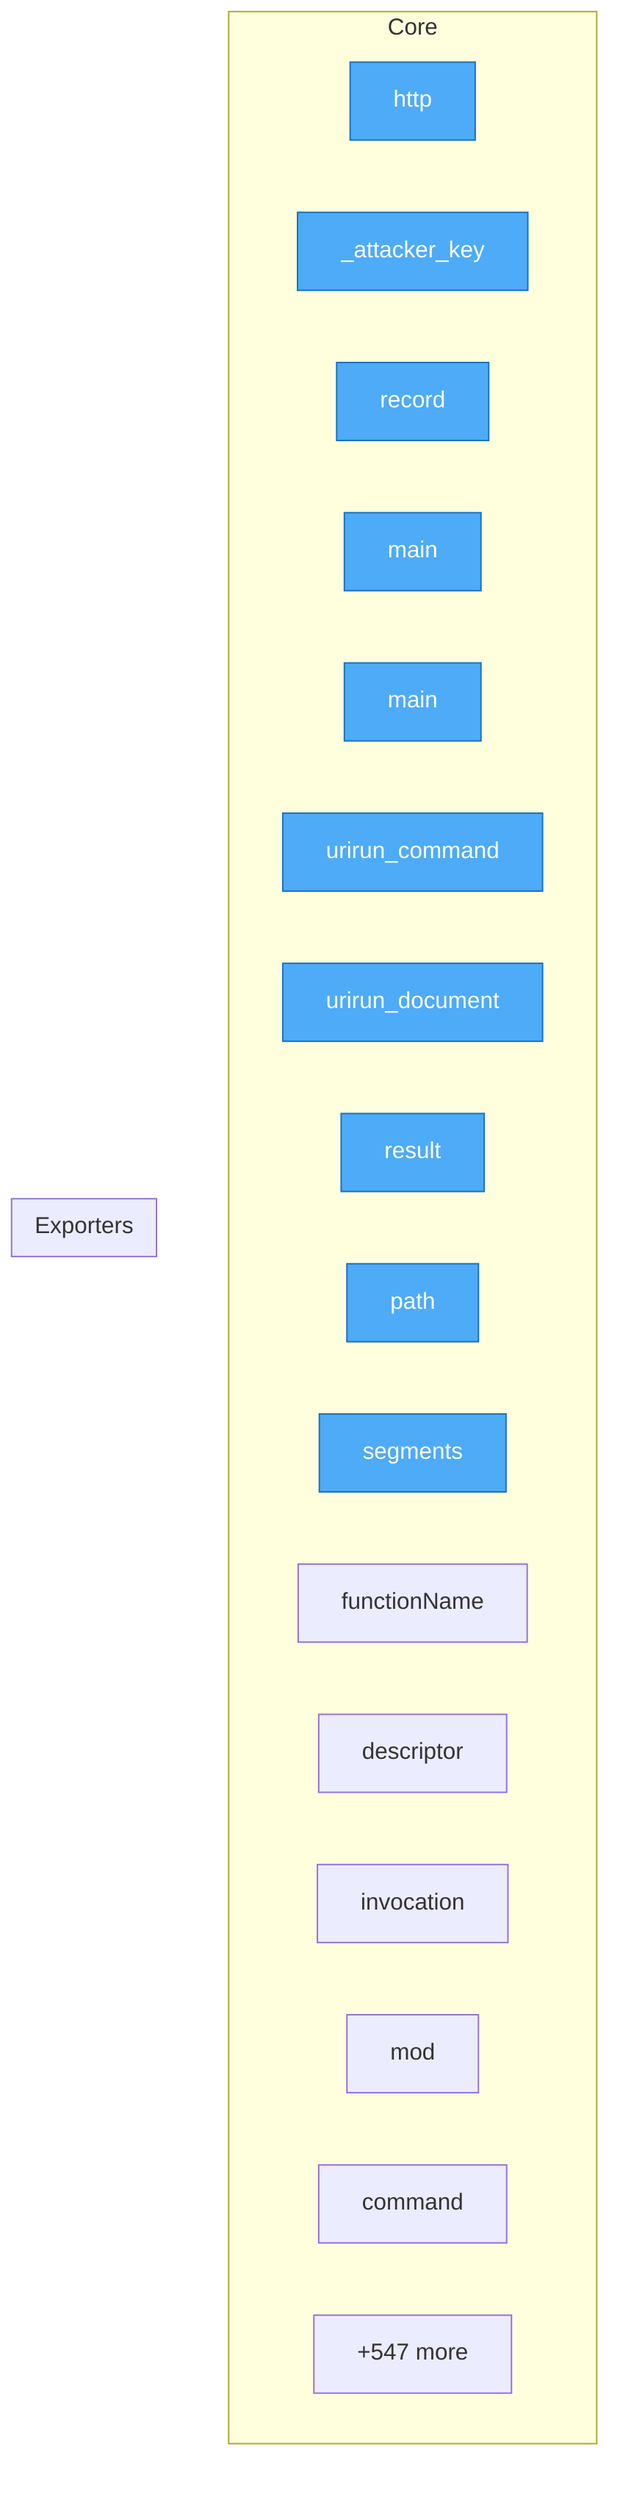
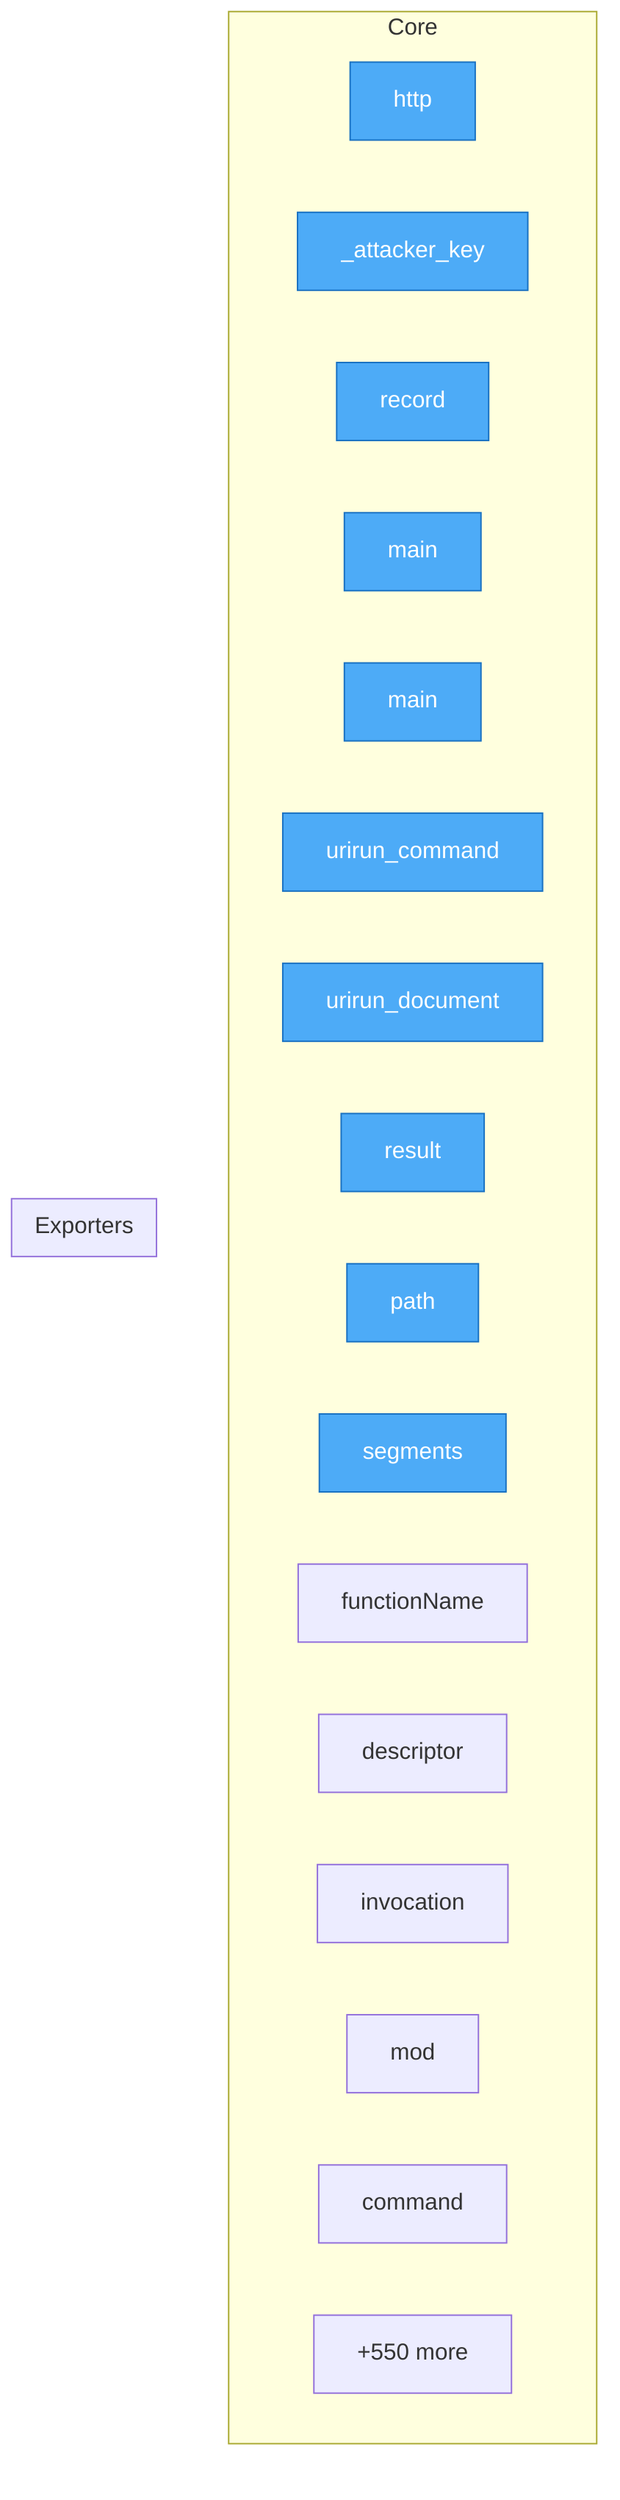
flowchart TD
- %% generated in 0.04s
+ %% generated in 0.15s

    %% Entry points (blue)
    classDef entry fill:#4dabf7,stroke:#1971c2,color:#fff

    subgraph Core
        security__mesh_probe__probe__http["http"]
        security__mesh_probe__probe___attacker_key["_attacker_key"]
        security__mesh_probe__probe__record["record"]
        adapters__conformance__main["main"]
        adapters__new_connector__main["main"]
        adapters__bash__urirun__urirun_command["urirun_command"]
        adapters__bash__urirun__urirun_document["urirun_document"]
        adapters__js__index__test__result["result"]
        adapters__js__path["path"]
        adapters__js__segments["segments"]
        adapters__js__functionName["functionName"]
        adapters__js__descriptor["descriptor"]
        adapters__js__invocation["invocation"]
        adapters__js__mod["mod"]
        adapters__java__Urirun__Urirun__command["command"]
-         ...["+547 more"]
+         ...["+550 more"]
    end

    subgraph Exporters
    end

    class security__mesh_probe__probe__http,security__mesh_probe__probe___attacker_key,security__mesh_probe__probe__record,adapters__conformance__main,adapters__new_connector__main,adapters__bash__urirun__urirun_command,adapters__bash__urirun__urirun_document,adapters__js__index__test__result,adapters__js__path,adapters__js__segments entry
